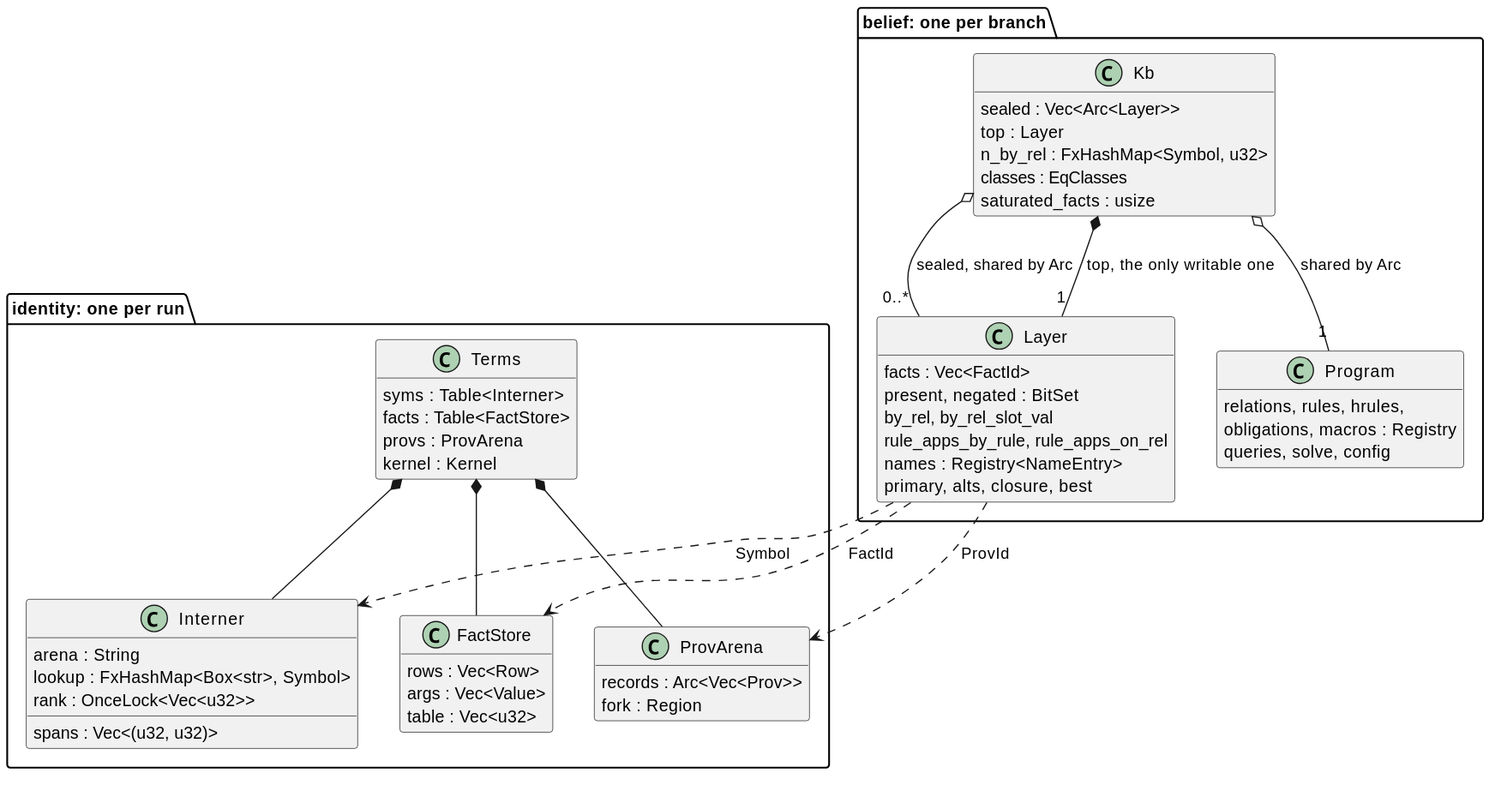
The PlantUML diagram docs/ein/ein.rs/03-design/diagrams/03-terms-and-kb.svg in agutikov/ein, before a commit. Its source is kept beside it as docs/ein/ein.rs/03-design/diagrams/03-terms-and-kb.puml. Its diagram source:
```plantuml
@startuml
hide empty methods
skinparam classAttributeIconSize 0

package "identity: one per run" {
  class Terms {
    syms : Table<Interner>
    facts : Table<FactStore>
    provs : ProvArena
    kernel : Kernel
  }
  class Interner {
    arena : String
    spans : Vec<(u32, u32)>
    lookup : FxHashMap<Box<str>, Symbol>
    rank : OnceLock<Vec<u32>>
  }
  class FactStore {
    rows : Vec<Row>
    args : Vec<Value>
    table : Vec<u32>
  }
  class ProvArena {
    records : Arc<Vec<Prov>>
    fork : Region
  }
}

package "belief: one per branch" {
  class Kb {
    sealed : Vec<Arc<Layer>>
    top : Layer
    n_by_rel : FxHashMap<Symbol, u32>
    classes : EqClasses
    saturated_facts : usize
  }
  class Layer {
    facts : Vec<FactId>
    present, negated : BitSet
    by_rel, by_rel_slot_val
    rule_apps_by_rule, rule_apps_on_rel
    names : Registry<NameEntry>
    primary, alts, closure, best
  }
  class Program {
    relations, rules, hrules,
    obligations, macros : Registry
    queries, solve, config
  }
}

Terms *-- Interner
Terms *-- FactStore
Terms *-- ProvArena
Kb o-- "0..*" Layer : sealed, shared by Arc
Kb *-- "1" Layer : top, the only writable one
Kb o-- "1" Program : shared by Arc
Layer ..> FactStore : FactId
Layer ..> ProvArena : ProvId
Layer ..> Interner : Symbol
@enduml
```
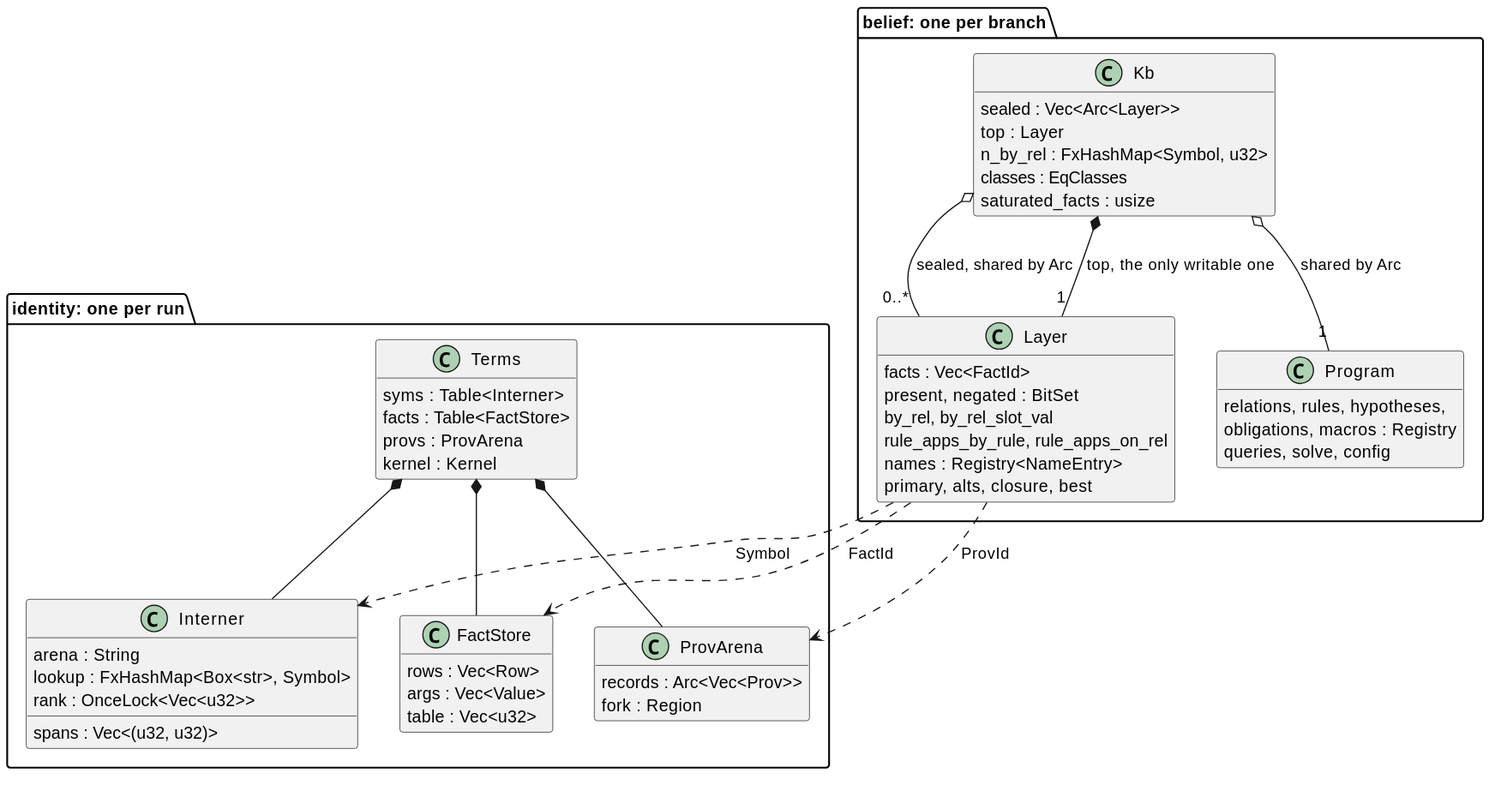
The same diagram one commit later.

What changed in the source:
```diff
@@ -43,7 +43,7 @@
     primary, alts, closure, best
   }
   class Program {
-    relations, rules, hrules,
+    relations, rules, hypotheses,
     obligations, macros : Registry
     queries, solve, config
   }
```
